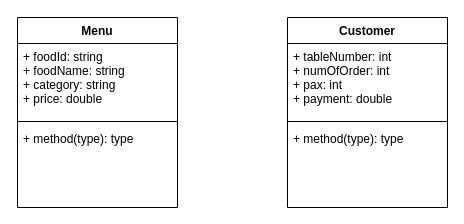
The draw.io diagram Submission/sec02/Tupperware/classDiagram.drawio in jjn7702/SECJ2013-DSA, before the edit. Source tidied: cells renumbered, new cells numbered last; positions are measured from the earlier drawing's top-left corner, leaving out a move shared by most shapes. Both pictures are drawn from the tidied source at 100%, with x=0, y=0 at pixel (17, 17).
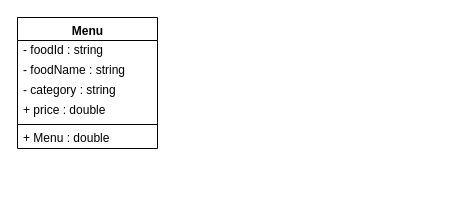
Above is the later version.

Change to the diagram source:
```diff
@@
 <mxGraphModel>
   <root>
     <mxCell id="0" />
     <mxCell id="1" parent="0" />
-    <mxCell id="2" value="Menu" style="swimlane;fontStyle=1;align=center;verticalAlign=top;horizontal=1;startSize=26;" parent="1" vertex="1">
-      <mxGeometry width="160" height="190" as="geometry" />
+    <mxCell id="2" value="&lt;b&gt;Menu&lt;/b&gt;" style="swimlane;fontStyle=0;align=center;verticalAlign=top;horizontal=1;startSize=23;html=1;" parent="1" vertex="1">
+      <mxGeometry width="140" height="131" as="geometry" />
     </mxCell>
-    <mxCell id="3" value="+ foodId: string&#10;+ foodName: string&#10;+ category: string &#10;+ price: double&#10;" style="text;strokeColor=none;fillColor=none;align=left;verticalAlign=top;spacingLeft=4;spacingRight=4;overflow=hidden;" parent="2" vertex="1">
-      <mxGeometry y="26" width="160" height="74" as="geometry" />
-    </mxCell>
-    <mxCell id="4" style="line;strokeWidth=1;fillColor=none;align=left;verticalAlign=middle;spacingTop=-1;spacingLeft=3;spacingRight=3;labelPosition=right;strokeColor=inherit;" parent="2" vertex="1">
-      <mxGeometry y="100" width="160" height="8" as="geometry" />
-    </mxCell>
-    <mxCell id="5" value="+ method(type): type" style="text;strokeColor=none;fillColor=none;align=left;verticalAlign=top;spacingLeft=4;spacingRight=4;overflow=hidden;" parent="2" vertex="1">
-      <mxGeometry y="108" width="160" height="82" as="geometry" />
-    </mxCell>
-    <mxCell id="6" value="Customer" style="swimlane;fontStyle=1;align=center;verticalAlign=top;horizontal=1;startSize=26;" parent="1" vertex="1">
-      <mxGeometry x="270" width="160" height="190" as="geometry" />
-    </mxCell>
-    <mxCell id="7" value="+ tableNumber: int&#10;+ numOfOrder: int&#10;+ pax: int &#10;+ payment: double&#10;" style="text;strokeColor=none;fillColor=none;align=left;verticalAlign=top;spacingLeft=4;spacingRight=4;overflow=hidden;" parent="6" vertex="1">
-      <mxGeometry y="26" width="160" height="74" as="geometry" />
-    </mxCell>
-    <mxCell id="8" style="line;strokeWidth=1;fillColor=none;align=left;verticalAlign=middle;spacingTop=-1;spacingLeft=3;spacingRight=3;labelPosition=right;strokeColor=inherit;" parent="6" vertex="1">
-      <mxGeometry y="100" width="160" height="8" as="geometry" />
-    </mxCell>
-    <mxCell id="9" value="+ method(type): type" style="text;strokeColor=none;fillColor=none;align=left;verticalAlign=top;spacingLeft=4;spacingRight=4;overflow=hidden;" parent="6" vertex="1">
-      <mxGeometry y="108" width="160" height="82" as="geometry" />
-    </mxCell>
+    <mxCell id="10" value="&lt;font color=&quot;#000000&quot;&gt;- foodId : string&lt;/font&gt;" style="text;html=1;strokeColor=none;fillColor=none;align=left;verticalAlign=middle;spacingLeft=4;spacingRight=4;overflow=hidden;fontColor=#808080;" parent="2" vertex="1">
+      <mxGeometry y="23" width="140" height="20" as="geometry" />
+    </mxCell>
+    <mxCell id="11" value="&lt;font color=&quot;#000000&quot;&gt;- foodName : string&lt;/font&gt;" style="text;html=1;strokeColor=none;fillColor=none;align=left;verticalAlign=middle;spacingLeft=4;spacingRight=4;overflow=hidden;fontColor=#808080;" parent="2" vertex="1">
+      <mxGeometry y="43" width="140" height="20" as="geometry" />
+    </mxCell>
+    <mxCell id="12" value="&lt;font color=&quot;#000000&quot;&gt;- category : string&lt;/font&gt;" style="text;html=1;strokeColor=none;fillColor=none;align=left;verticalAlign=middle;spacingLeft=4;spacingRight=4;overflow=hidden;fontColor=#808080;" parent="2" vertex="1">
+      <mxGeometry y="63" width="140" height="20" as="geometry" />
+    </mxCell>
+    <mxCell id="13" value="&lt;font color=&quot;#000000&quot;&gt;+ price : double&lt;/font&gt;" style="text;html=1;strokeColor=none;fillColor=none;align=left;verticalAlign=middle;spacingLeft=4;spacingRight=4;overflow=hidden;fontColor=#808080;" parent="2" vertex="1">
+      <mxGeometry y="83" width="140" height="20" as="geometry" />
+    </mxCell>
+    <mxCell id="14" style="line;strokeWidth=1;fillColor=none;align=left;verticalAlign=middle;spacingTop=-1;spacingLeft=3;spacingRight=3;labelPosition=right;" parent="2" vertex="1">
+      <mxGeometry y="103" width="140" height="8" as="geometry" />
+    </mxCell>
+    <mxCell id="15" value="&lt;font color=&quot;#000000&quot;&gt;+ Menu : double&lt;/font&gt;" style="text;html=1;strokeColor=none;fillColor=none;align=left;verticalAlign=middle;spacingLeft=4;spacingRight=4;overflow=hidden;fontColor=#808080;" parent="2" vertex="1">
+      <mxGeometry y="111" width="140" height="20" as="geometry" />
+    </mxCell>
   </root>
 </mxGraphModel>
```
